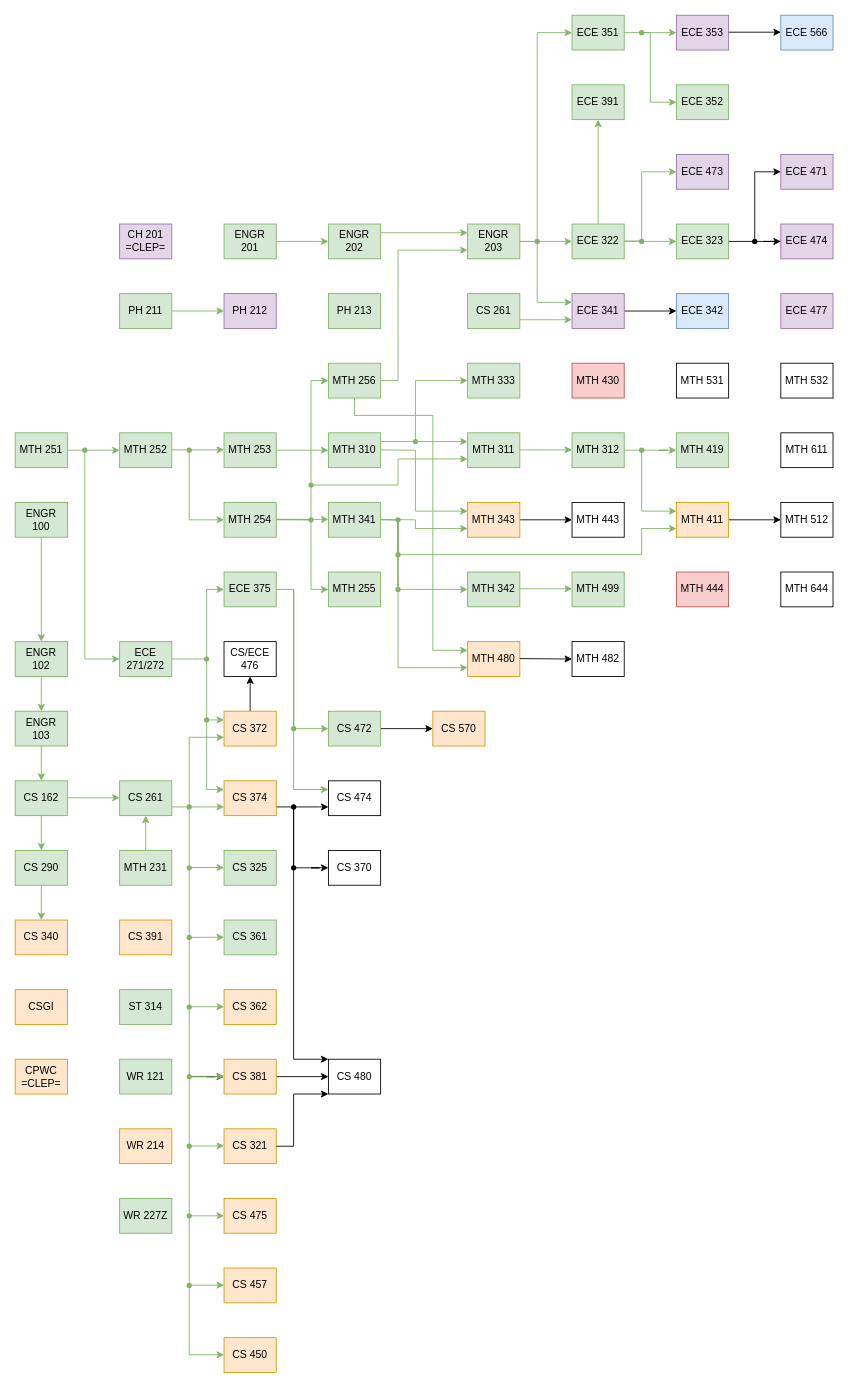
Earlier version of the draw.io diagram Classes.drawio (Jonas-Carew/Class-Flowchart). Source tidied: cells renumbered, new cells numbered last; positions are measured from the earlier drawing's top-left corner, leaving out a move shared by most shapes. Both pictures are drawn from the tidied source at 87%, with x=0, y=0 at pixel (15, 15).
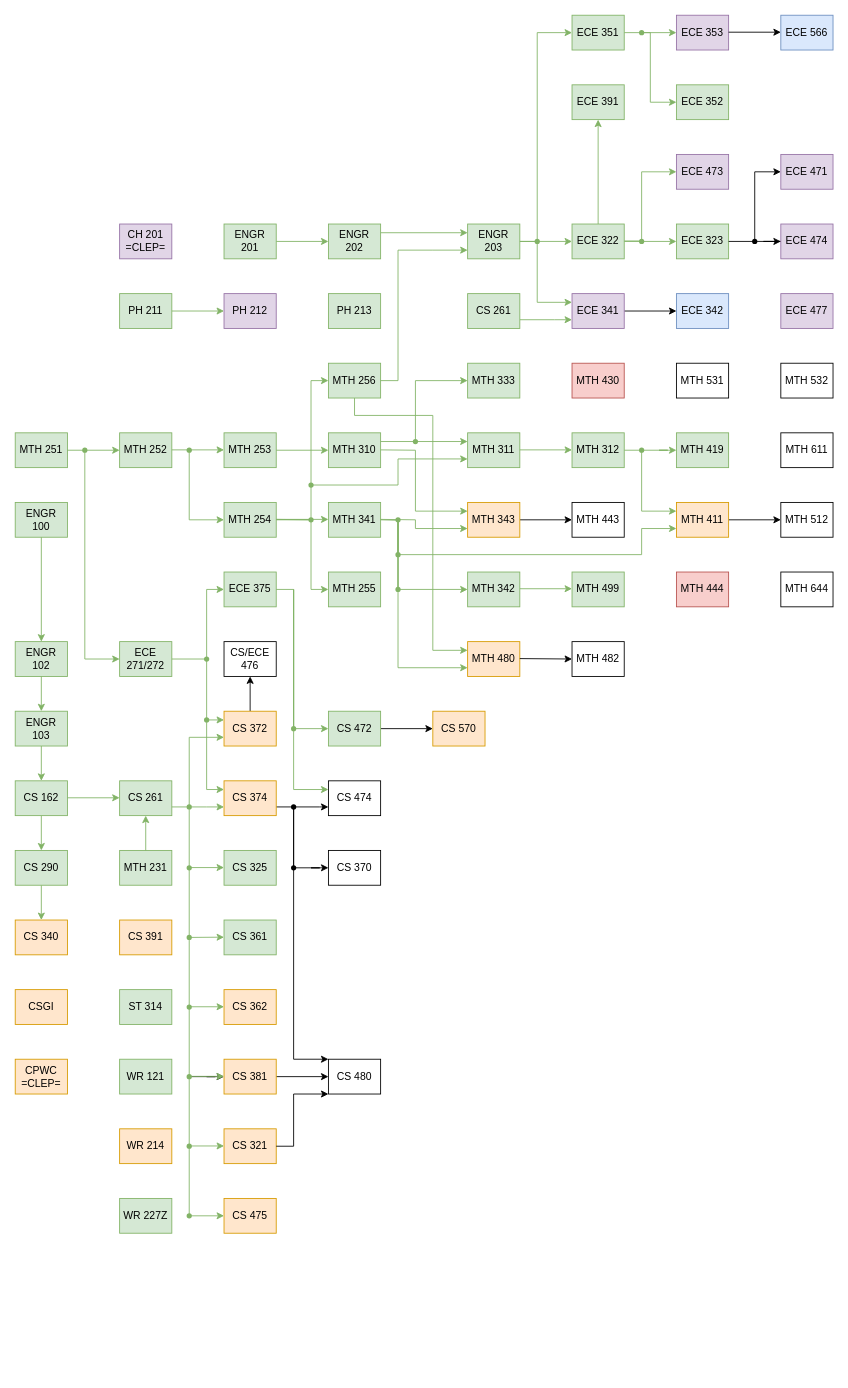
Above is the later version.

Unchanged cells that the change refers to:
```xml
<mxCell id="136" style="shape=waypoint;sketch=0;fillStyle=solid;size=6;points=[];perimeter=centerPerimeter;snapToPoint=1;fillColor=#d5e8d4;strokeColor=#82b366;" parent="1" vertex="1">
  <mxGeometry x="190" y="1370" width="20" height="20" as="geometry" />
</mxCell>
```

Diff of the diagram source:
```diff
@@
-    <mxCell id="117" value="CS 450" style="whiteSpace=wrap;html=1;rounded=0;fillColor=#ffe6cc;strokeColor=#d79b00;" parent="1" vertex="1">
-      <mxGeometry x="240" y="1520" width="60" height="40" as="geometry" />
-    </mxCell>
-    <mxCell id="118" value="CS 457" style="whiteSpace=wrap;html=1;rounded=0;fillColor=#ffe6cc;strokeColor=#d79b00;" parent="1" vertex="1">
-      <mxGeometry x="240" y="1440" width="60" height="40" as="geometry" />
-    </mxCell>
@@
-    <mxCell id="137" style="shape=waypoint;sketch=0;fillStyle=solid;size=6;perimeter=centerPerimeter;fillColor=#d5e8d4;strokeColor=#82b366;" parent="1" vertex="1">
-      <mxGeometry x="190" y="1450" width="20" height="20" as="geometry" />
-    </mxCell>
@@
-    <mxCell id="145" style="endArrow=classic;html=1;rounded=0;fillColor=#d5e8d4;strokeColor=#82b366;" parent="1" edge="1">
-      <mxGeometry relative="1" as="geometry">
-        <mxPoint x="200" y="1459.7" as="sourcePoint" />
-        <mxPoint x="240" y="1460" as="targetPoint" />
-        <Array as="points">
-          <mxPoint x="240" y="1459.7" />
-        </Array>
-      </mxGeometry>
-    </mxCell>
-    <mxCell id="146" style="endArrow=classic;html=1;rounded=0;fillColor=#d5e8d4;strokeColor=#82b366;" parent="1" edge="1">
-      <mxGeometry relative="1" as="geometry">
-        <mxPoint x="200" y="1539.7" as="sourcePoint" />
-        <mxPoint x="240" y="1540" as="targetPoint" />
-        <Array as="points">
-          <mxPoint x="240" y="1539.7" />
-        </Array>
-      </mxGeometry>
-    </mxCell>
-    <mxCell id="147" style="endArrow=none;html=1;rounded=0;entryX=0.762;entryY=0.7;entryDx=0;entryDy=0;entryPerimeter=0;fillColor=#d5e8d4;strokeColor=#82b366;" parent="1" edge="1" target="136">
-      <mxGeometry relative="1" as="geometry">
-        <mxPoint x="200" y="1540" as="sourcePoint" />
-      </mxGeometry>
-    </mxCell>
```
